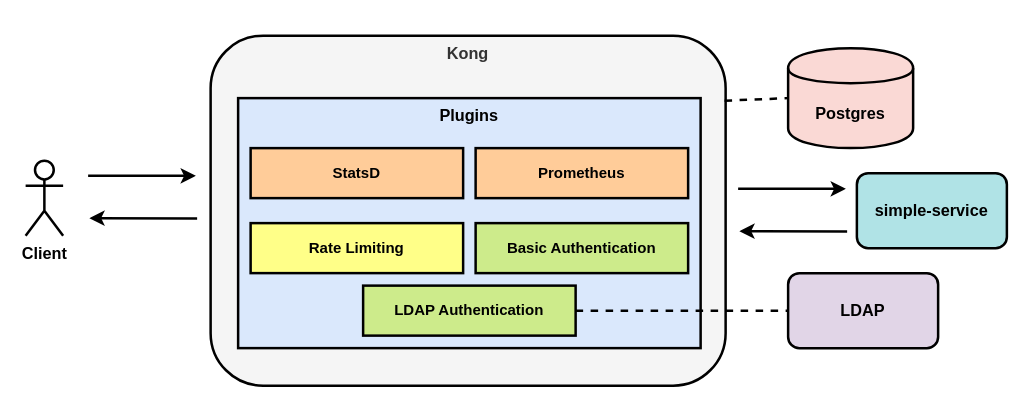
Earlier version of the draw.io diagram documentation/project-diagram.drawio (ivangfr/springboot-kong-plugins). Source tidied: cells renumbered, new cells numbered last; positions are measured from the earlier drawing's top-left corner, leaving out a move shared by most shapes. Both pictures are drawn from the tidied source at 125%, with x=0, y=0 at pixel (25, 35).
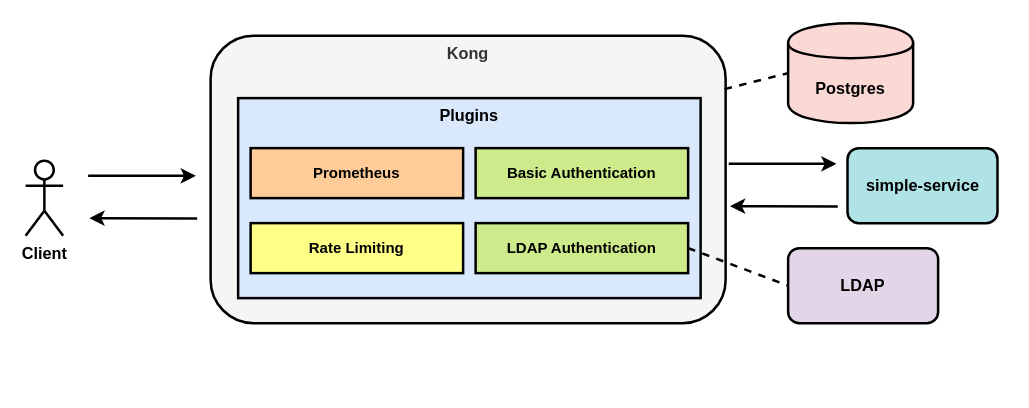
After the change.

Diff of the diagram source:
```diff
@@
     <mxCell id="3" value="&lt;b&gt;&lt;font style=&quot;font-size: 13px&quot;&gt;simple-service&lt;/font&gt;&lt;/b&gt;" style="rounded=1;whiteSpace=wrap;html=1;fillColor=#b0e3e6;strokeWidth=2;" parent="1" vertex="1">
-      <mxGeometry x="665" y="110" width="120" height="60" as="geometry" />
+      <mxGeometry x="657.5" y="90" width="120" height="60" as="geometry" />
     </mxCell>
     <mxCell id="4" value="&lt;b&gt;&lt;font style=&quot;font-size: 13px&quot;&gt;LDAP&lt;/font&gt;&lt;/b&gt;" style="rounded=1;whiteSpace=wrap;html=1;fillColor=#e1d5e7;strokeWidth=2;" parent="1" vertex="1">
-      <mxGeometry x="610" y="190" width="120" height="60" as="geometry" />
+      <mxGeometry x="610" y="170" width="120" height="60" as="geometry" />
     </mxCell>
@@
     <mxCell id="7" value="&lt;b&gt;&lt;font style=&quot;font-size: 13px&quot;&gt;Kong&lt;/font&gt;&lt;/b&gt;" style="rounded=1;whiteSpace=wrap;html=1;verticalAlign=top;fillColor=#f5f5f5;fontColor=#333333;strokeWidth=2;" parent="1" vertex="1">
-      <mxGeometry x="148" width="412" height="280" as="geometry" />
+      <mxGeometry x="148" width="412" height="230" as="geometry" />
     </mxCell>
     <mxCell id="8" value="Plugins" style="rounded=0;whiteSpace=wrap;html=1;verticalAlign=top;fillColor=#dae8fc;fontStyle=1;fontSize=13;strokeWidth=2;" parent="1" vertex="1">
-      <mxGeometry x="170" y="50" width="370" height="200" as="geometry" />
+      <mxGeometry x="170" y="50" width="370" height="160" as="geometry" />
     </mxCell>
     <mxCell id="9" value="LDAP Authentication" style="rounded=0;whiteSpace=wrap;html=1;fillColor=#cdeb8b;fontStyle=1;strokeWidth=2;" parent="1" vertex="1">
-      <mxGeometry x="270" y="200" width="170" height="40" as="geometry" />
+      <mxGeometry x="360" y="150" width="170" height="40" as="geometry" />
     </mxCell>
     <mxCell id="10" value="Basic Authentication" style="rounded=0;whiteSpace=wrap;html=1;fillColor=#cdeb8b;fontStyle=1;strokeWidth=2;" parent="1" vertex="1">
-      <mxGeometry x="360" y="150" width="170" height="40" as="geometry" />
+      <mxGeometry x="360" y="90" width="170" height="40" as="geometry" />
     </mxCell>
@@
     <mxCell id="12" value="Prometheus" style="rounded=0;whiteSpace=wrap;html=1;fillColor=#ffcc99;fontStyle=1;strokeWidth=2;" parent="1" vertex="1">
-      <mxGeometry x="360" y="90" width="170" height="40" as="geometry" />
+      <mxGeometry x="180" y="90" width="170" height="40" as="geometry" />
     </mxCell>
-    <mxCell id="13" value="StatsD" style="rounded=0;whiteSpace=wrap;html=1;fillColor=#ffcc99;fontStyle=1;strokeWidth=2;" parent="1" vertex="1">
-      <mxGeometry x="180" y="90" width="170" height="40" as="geometry" />
-    </mxCell>
     <mxCell id="14" style="endArrow=classic;html=1;entryX=-0.018;entryY=0.324;entryDx=0;entryDy=0;entryPerimeter=0;strokeWidth=2;" parent="1" edge="1">
       <mxGeometry relative="1" as="geometry">
-        <mxPoint x="570" y="122.4" as="sourcePoint" />
-        <mxPoint x="656.2" y="122.6" as="targetPoint" />
+        <mxPoint x="562.5" y="102.4" as="sourcePoint" />
+        <mxPoint x="648.7" y="102.6" as="targetPoint" />
       </mxGeometry>
     </mxCell>
     <mxCell id="15" style="endArrow=none;html=1;entryX=-0.018;entryY=0.324;entryDx=0;entryDy=0;entryPerimeter=0;startArrow=classic;startFill=1;endFill=0;strokeWidth=2;" parent="1" edge="1">
       <mxGeometry relative="1" as="geometry">
-        <mxPoint x="571" y="156.4" as="sourcePoint" />
-        <mxPoint x="657.2" y="156.6" as="targetPoint" />
+        <mxPoint x="563.5" y="136.4" as="sourcePoint" />
+        <mxPoint x="649.7" y="136.6" as="targetPoint" />
       </mxGeometry>
     </mxCell>
@@
     <mxCell id="17" value="&lt;font size=&quot;1&quot;&gt;&lt;b style=&quot;font-size: 13px&quot;&gt;Postgres&lt;/b&gt;&lt;/font&gt;" style="shape=cylinder;whiteSpace=wrap;html=1;boundedLbl=1;backgroundOutline=1;strokeWidth=2;fillColor=#fad9d5;" parent="1" vertex="1">
-      <mxGeometry x="610" y="10" width="100" height="80" as="geometry" />
+      <mxGeometry x="610" y="-10" width="100" height="80" as="geometry" />
     </mxCell>
```
